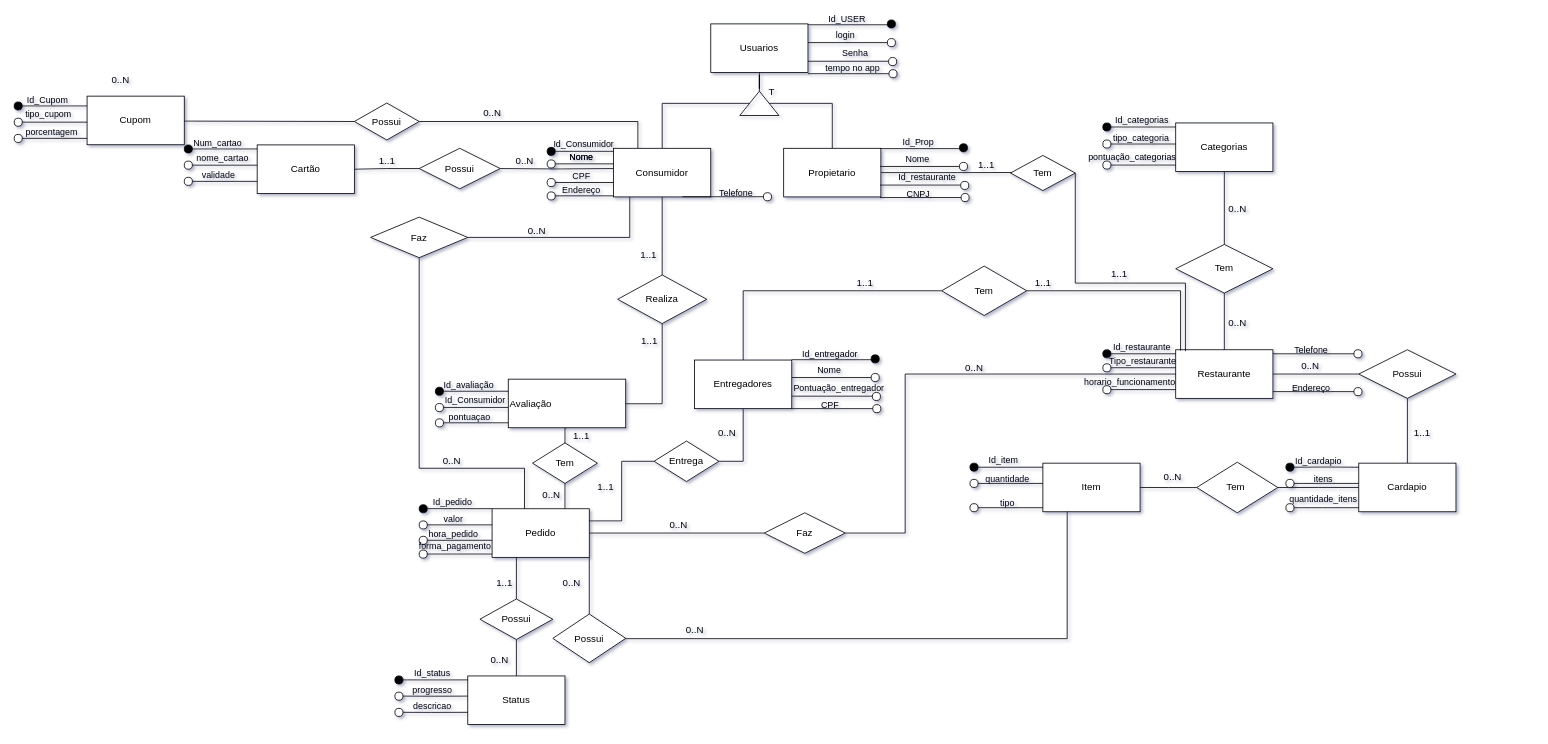
Before: Untitled Diagram.drawio in mariaeduaruda/BD-1-atividade, a draw.io diagram. Source tidied: cells renumbered, new cells numbered last; positions are measured from the earlier drawing's top-left corner, leaving out a move shared by most shapes. Both pictures are drawn from the tidied source at 81%, with x=0, y=0 at pixel (14, 19).
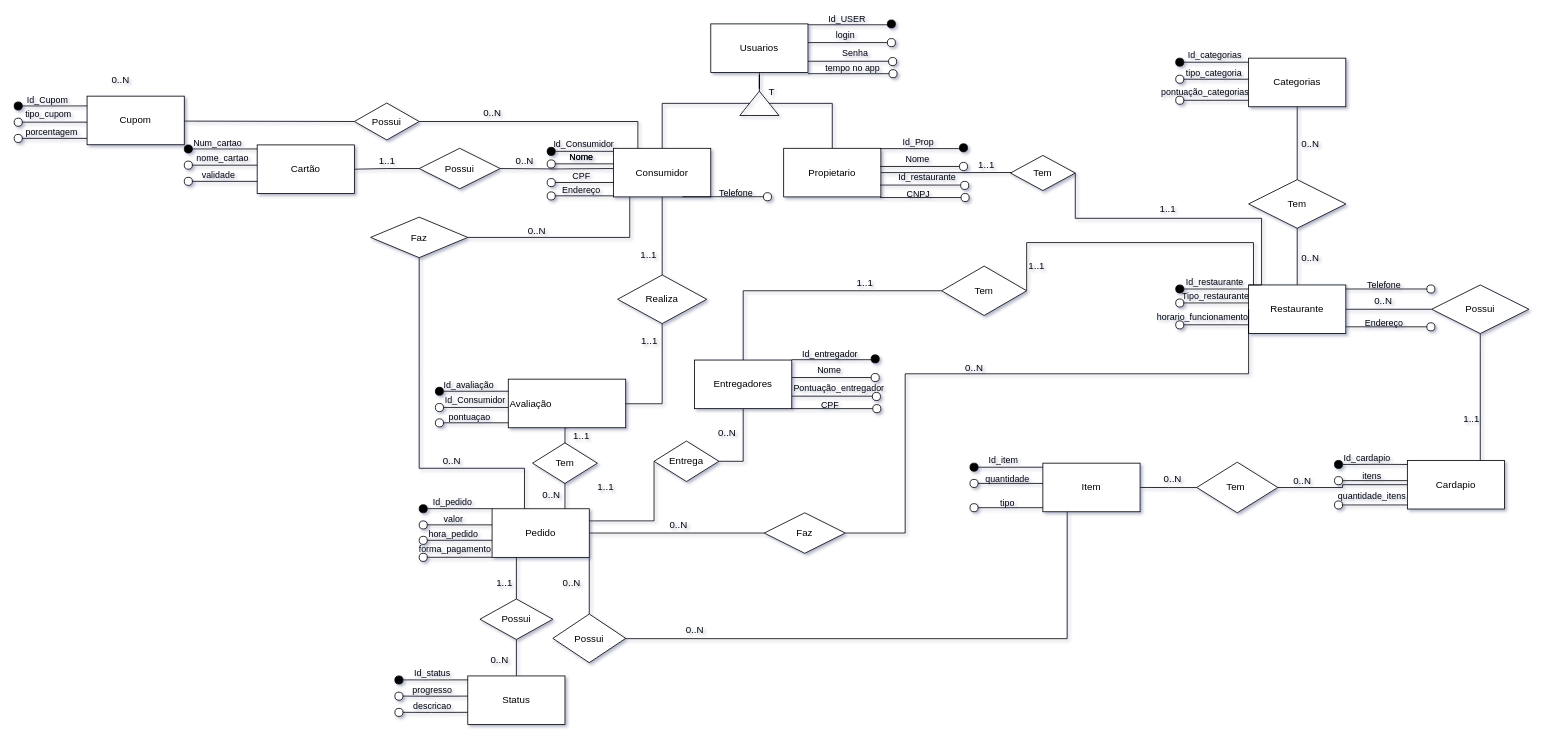
After the change.

Unchanged cells that the change refers to:
```xml
<mxCell id="30" value="Pedido" style="rounded=0;whiteSpace=wrap;html=1;align=center;" parent="1" vertex="1">
  <mxGeometry x="590" y="604.6" width="120" height="60" as="geometry" />
</mxCell>
<mxCell id="81" value="Entrega" style="rhombus;whiteSpace=wrap;html=1;rounded=0;" parent="1" vertex="1">
  <mxGeometry x="790" y="521" width="80" height="50" as="geometry" />
</mxCell>
<mxCell id="166" value="Tem" style="rhombus;whiteSpace=wrap;html=1;" parent="1" vertex="1">
  <mxGeometry x="1145" y="305" width="105" height="61" as="geometry" />
</mxCell>
<mxCell id="194" value="Tem" style="rhombus;whiteSpace=wrap;html=1;" parent="1" vertex="1">
  <mxGeometry x="1230" y="168.4" width="80" height="43.4" as="geometry" />
</mxCell>
```

Change to the diagram source:
```diff
@@
     <mxCell id="5" value="Categorias" style="rounded=0;whiteSpace=wrap;html=1;" parent="1" vertex="1">
-      <mxGeometry x="1434" y="128.3" width="120" height="60" as="geometry" />
+      <mxGeometry x="1524" y="48.3" width="120" height="60" as="geometry" />
     </mxCell>
@@
     <mxCell id="7" value="Tem" style="rhombus;whiteSpace=wrap;html=1;rounded=0;" parent="1" vertex="1">
-      <mxGeometry x="1434" y="278.3" width="120" height="60" as="geometry" />
+      <mxGeometry x="1524" y="198.3" width="120" height="60" as="geometry" />
     </mxCell>
@@
     <mxCell id="9" value="Restaurante" style="whiteSpace=wrap;html=1;rounded=0;" parent="1" vertex="1">
-      <mxGeometry x="1434" y="408.3" width="120" height="60" as="geometry" />
+      <mxGeometry x="1524" y="328.3" width="120" height="60" as="geometry" />
     </mxCell>
     <mxCell id="10" style="edgeStyle=orthogonalEdgeStyle;rounded=0;jettySize=auto;html=1;endArrow=none;endFill=0;" parent="1" edge="1" source="11" target="13">
-      <mxGeometry relative="1" as="geometry" />
+      <mxGeometry relative="1" as="geometry">
+        <Array as="points">
+          <mxPoint x="1810" y="406" />
+          <mxPoint x="1810" y="406" />
+        </Array>
+      </mxGeometry>
     </mxCell>
     <mxCell id="11" value="Possui" style="rhombus;whiteSpace=wrap;html=1;rounded=0;" parent="1" vertex="1">
-      <mxGeometry x="1660" y="408.3" width="120" height="60" as="geometry" />
+      <mxGeometry x="1750" y="328.3" width="120" height="60" as="geometry" />
     </mxCell>
@@
     <mxCell id="13" value="Cardapio" style="whiteSpace=wrap;html=1;rounded=0;" parent="1" vertex="1">
-      <mxGeometry x="1660" y="548.3" width="120" height="60" as="geometry" />
+      <mxGeometry x="1720" y="544.9" width="120" height="60" as="geometry" />
     </mxCell>
@@
     <mxCell id="48" style="ellipse;whiteSpace=wrap;html=1;rounded=0;fillColor=#000000;" parent="1" vertex="1">
-      <mxGeometry x="1344" y="128.3" width="10" height="10" as="geometry" />
+      <mxGeometry x="1434" y="48.3" width="10" height="10" as="geometry" />
     </mxCell>
     <mxCell id="49" style="endArrow=none;html=1;rounded=0;" parent="1" edge="1">
       <mxGeometry relative="1" as="geometry">
-        <mxPoint x="1354" y="133.3" as="sourcePoint" />
-        <mxPoint x="1434" y="133.3" as="targetPoint" />
+        <mxPoint x="1444" y="53.3" as="sourcePoint" />
+        <mxPoint x="1524" y="53.3" as="targetPoint" />
       </mxGeometry>
     </mxCell>
@@
     <mxCell id="54" style="ellipse;whiteSpace=wrap;html=1;rounded=0;fillColor=#000000;" parent="1" vertex="1">
-      <mxGeometry x="1570" y="548.3" width="10" height="10" as="geometry" />
+      <mxGeometry x="1630" y="544.9" width="10" height="10" as="geometry" />
     </mxCell>
     <mxCell id="55" style="endArrow=none;html=1;rounded=0;" parent="1" edge="1">
       <mxGeometry relative="1" as="geometry">
-        <mxPoint x="1580" y="553.3" as="sourcePoint" />
-        <mxPoint x="1660" y="553.3" as="targetPoint" />
+        <mxPoint x="1640" y="549.9" as="sourcePoint" />
+        <mxPoint x="1720" y="549.9" as="targetPoint" />
         <Array as="points">
-          <mxPoint x="1620" y="553.1" />
+          <mxPoint x="1680" y="549.7" />
         </Array>
       </mxGeometry>
     </mxCell>
@@
     <mxCell id="57" style="ellipse;whiteSpace=wrap;html=1;rounded=0;fillColor=#000000;" parent="1" vertex="1">
-      <mxGeometry x="1344" y="408.3" width="10" height="10" as="geometry" />
+      <mxGeometry x="1434" y="328.3" width="10" height="10" as="geometry" />
     </mxCell>
     <mxCell id="58" style="endArrow=none;html=1;rounded=0;" parent="1" edge="1">
       <mxGeometry relative="1" as="geometry">
-        <mxPoint x="1354" y="413.3" as="sourcePoint" />
-        <mxPoint x="1434" y="413.3" as="targetPoint" />
+        <mxPoint x="1444" y="333.3" as="sourcePoint" />
+        <mxPoint x="1524" y="333.3" as="targetPoint" />
       </mxGeometry>
     </mxCell>
@@
     <mxCell id="72" style="ellipse;whiteSpace=wrap;html=1;rounded=0;fillColor=#FFFFFF;" parent="1" vertex="1">
-      <mxGeometry x="1570" y="568.3" width="10" height="10" as="geometry" />
+      <mxGeometry x="1630" y="564.9" width="10" height="10" as="geometry" />
     </mxCell>
     <mxCell id="73" style="endArrow=none;html=1;rounded=0;" parent="1" edge="1">
       <mxGeometry relative="1" as="geometry">
-        <mxPoint x="1580" y="573.3" as="sourcePoint" />
-        <mxPoint x="1660" y="573.3" as="targetPoint" />
+        <mxPoint x="1640" y="569.9" as="sourcePoint" />
+        <mxPoint x="1720" y="569.9" as="targetPoint" />
         <Array as="points">
-          <mxPoint x="1590" y="573.3" />
-          <mxPoint x="1615" y="573.3" />
+          <mxPoint x="1650" y="569.9" />
+          <mxPoint x="1675" y="569.9" />
         </Array>
       </mxGeometry>
     </mxCell>
@@
     <mxCell id="75" style="ellipse;whiteSpace=wrap;html=1;rounded=0;fillColor=#FFFFFF;" parent="1" vertex="1">
-      <mxGeometry x="1570" y="598.3" width="10" height="10" as="geometry" />
+      <mxGeometry x="1630" y="594.9" width="10" height="10" as="geometry" />
     </mxCell>
     <mxCell id="76" style="endArrow=none;html=1;rounded=0;" parent="1" edge="1">
       <mxGeometry relative="1" as="geometry">
-        <mxPoint x="1580" y="603.3" as="sourcePoint" />
-        <mxPoint x="1660" y="603.3" as="targetPoint" />
+        <mxPoint x="1640" y="599.9" as="sourcePoint" />
+        <mxPoint x="1720" y="599.9" as="targetPoint" />
         <Array as="points">
-          <mxPoint x="1590" y="603.3" />
-          <mxPoint x="1600" y="603.3" />
-          <mxPoint x="1615" y="603.3" />
+          <mxPoint x="1650" y="599.9" />
+          <mxPoint x="1660" y="599.9" />
+          <mxPoint x="1675" y="599.9" />
         </Array>
       </mxGeometry>
     </mxCell>
@@
     <mxCell id="80" style="edgeStyle=orthogonalEdgeStyle;rounded=0;jettySize=auto;html=1;exitX=0;exitY=0.5;exitDx=0;exitDy=0;entryX=1;entryY=0.25;entryDx=0;entryDy=0;endArrow=none;endFill=0;" parent="1" edge="1" source="81" target="30">
-      <mxGeometry relative="1" as="geometry" />
+      <mxGeometry relative="1" as="geometry">
+        <Array as="points">
+          <mxPoint x="790" y="620" />
+        </Array>
+      </mxGeometry>
     </mxCell>
@@
     <mxCell id="124" style="ellipse;whiteSpace=wrap;html=1;rounded=0;" parent="1" vertex="1">
-      <mxGeometry x="1344" y="149.3" width="10" height="10" as="geometry" />
+      <mxGeometry x="1434" y="69.3" width="10" height="10" as="geometry" />
     </mxCell>
     <mxCell id="125" style="endArrow=none;html=1;rounded=0;" parent="1" edge="1">
       <mxGeometry relative="1" as="geometry">
-        <mxPoint x="1354" y="154.3" as="sourcePoint" />
-        <mxPoint x="1434" y="154.3" as="targetPoint" />
+        <mxPoint x="1444" y="74.3" as="sourcePoint" />
+        <mxPoint x="1524" y="74.3" as="targetPoint" />
       </mxGeometry>
     </mxCell>
@@
     <mxCell id="127" style="ellipse;whiteSpace=wrap;html=1;rounded=0;" parent="1" vertex="1">
-      <mxGeometry x="1344" y="175.3" width="10" height="10" as="geometry" />
+      <mxGeometry x="1434" y="95.3" width="10" height="10" as="geometry" />
     </mxCell>
     <mxCell id="128" style="endArrow=none;html=1;rounded=0;" parent="1" edge="1">
       <mxGeometry relative="1" as="geometry">
-        <mxPoint x="1354" y="180.3" as="sourcePoint" />
-        <mxPoint x="1434" y="180.3" as="targetPoint" />
+        <mxPoint x="1444" y="100.3" as="sourcePoint" />
+        <mxPoint x="1524" y="100.3" as="targetPoint" />
       </mxGeometry>
     </mxCell>
@@
     <mxCell id="130" style="ellipse;whiteSpace=wrap;html=1;rounded=0;" parent="1" vertex="1">
-      <mxGeometry x="1344" y="425.6" width="10" height="10" as="geometry" />
+      <mxGeometry x="1434" y="345.6" width="10" height="10" as="geometry" />
     </mxCell>
     <mxCell id="131" style="endArrow=none;html=1;rounded=0;" parent="1" edge="1">
       <mxGeometry relative="1" as="geometry">
-        <mxPoint x="1354" y="430.5" as="sourcePoint" />
-        <mxPoint x="1434" y="430.5" as="targetPoint" />
+        <mxPoint x="1444" y="350.5" as="sourcePoint" />
+        <mxPoint x="1524" y="350.5" as="targetPoint" />
       </mxGeometry>
     </mxCell>
@@
     <mxCell id="133" style="ellipse;whiteSpace=wrap;html=1;rounded=0;" parent="1" vertex="1">
-      <mxGeometry x="1344" y="452.6" width="10" height="10" as="geometry" />
+      <mxGeometry x="1434" y="372.6" width="10" height="10" as="geometry" />
     </mxCell>
     <mxCell id="134" style="endArrow=none;html=1;rounded=0;" parent="1" edge="1">
       <mxGeometry relative="1" as="geometry">
-        <mxPoint x="1354" y="457.5" as="sourcePoint" />
-        <mxPoint x="1434" y="457.5" as="targetPoint" />
+        <mxPoint x="1444" y="377.5" as="sourcePoint" />
+        <mxPoint x="1524" y="377.5" as="targetPoint" />
       </mxGeometry>
     </mxCell>
@@
     <mxCell id="151" style="ellipse;whiteSpace=wrap;html=1;rounded=0;" parent="1" vertex="1">
-      <mxGeometry x="1654" y="408.3" width="10" height="10" as="geometry" />
+      <mxGeometry x="1744" y="328.3" width="10" height="10" as="geometry" />
     </mxCell>
     <mxCell id="152" value="Telefone" style="edgeLabel;html=1;align=center;verticalAlign=middle;labelBackgroundColor=none;" parent="1" vertex="1">
-      <mxGeometry x="1600" y="408.3" as="geometry" />
+      <mxGeometry x="1690" y="328.3" as="geometry" />
     </mxCell>
     <mxCell id="153" style="endArrow=none;html=1;rounded=0;" parent="1" edge="1">
       <mxGeometry relative="1" as="geometry">
-        <mxPoint x="1554" y="413.3" as="sourcePoint" />
-        <mxPoint x="1654" y="413.3" as="targetPoint" />
+        <mxPoint x="1644" y="333.3" as="sourcePoint" />
+        <mxPoint x="1744" y="333.3" as="targetPoint" />
       </mxGeometry>
     </mxCell>
@@
-    <mxCell id="165" style="edgeStyle=orthogonalEdgeStyle;rounded=0;jettySize=auto;html=1;exitX=1;exitY=0.5;exitDx=0;exitDy=0;endArrow=none;endFill=0;entryX=0.05;entryY=0.017;entryDx=0;entryDy=0;entryPerimeter=0;" parent="1" edge="1" source="166" target="9">
+    <mxCell id="165" style="edgeStyle=orthogonalEdgeStyle;rounded=0;jettySize=auto;html=1;exitX=1;exitY=0.5;exitDx=0;exitDy=0;endArrow=none;endFill=0;" parent="1" edge="1" source="166" target="9">
       <mxGeometry relative="1" as="geometry">
         <Array as="points">
-          <mxPoint x="1440" y="336" />
+          <mxPoint x="1250" y="276" />
+          <mxPoint x="1530" y="276" />
         </Array>
       </mxGeometry>
     </mxCell>
@@
-    <mxCell id="193" style="edgeStyle=orthogonalEdgeStyle;rounded=0;jettySize=auto;html=1;exitX=1;exitY=0.5;exitDx=0;exitDy=0;entryX=0.1;entryY=0.028;entryDx=0;entryDy=0;entryPerimeter=0;endArrow=none;endFill=0;" parent="1" edge="1" source="194" target="9">
+    <mxCell id="193" style="edgeStyle=orthogonalEdgeStyle;rounded=0;jettySize=auto;html=1;exitX=1;exitY=0.5;exitDx=0;exitDy=0;entryX=0;entryY=0;entryDx=0;entryDy=0;endArrow=none;endFill=0;" parent="1" edge="1" source="194" target="9">
       <mxGeometry relative="1" as="geometry">
         <Array as="points">
-          <mxPoint x="1310" y="326" />
-          <mxPoint x="1446" y="326" />
+          <mxPoint x="1310" y="246" />
+          <mxPoint x="1540" y="246" />
+          <mxPoint x="1540" y="328" />
         </Array>
       </mxGeometry>
     </mxCell>
@@
     <mxCell id="199" value="1..1" style="text;html=1;align=center;verticalAlign=middle;strokeColor=none;fillColor=none;" parent="1" vertex="1">
-      <mxGeometry x="1344" y="304.6" width="40" height="20" as="geometry" />
+      <mxGeometry x="1404" y="224.6" width="40" height="20" as="geometry" />
     </mxCell>
@@
     <mxCell id="207" value="1..1" style="text;html=1;align=center;verticalAlign=middle;strokeColor=none;fillColor=none;" parent="1" vertex="1">
-      <mxGeometry x="1250" y="316" width="40" height="20" as="geometry" />
+      <mxGeometry x="1242" y="294.6" width="40" height="20" as="geometry" />
     </mxCell>
@@
     <mxCell id="215" value="0..N" style="text;html=1;align=center;verticalAlign=middle;strokeColor=none;fillColor=none;" parent="1" vertex="1">
-      <mxGeometry x="1490" y="225.4" width="40" height="20" as="geometry" />
+      <mxGeometry x="1580" y="145.4" width="40" height="20" as="geometry" />
     </mxCell>
     <mxCell id="216" value="0..N" style="text;html=1;align=center;verticalAlign=middle;strokeColor=none;fillColor=none;" parent="1" vertex="1">
-      <mxGeometry x="1490" y="364.6" width="40" height="20" as="geometry" />
+      <mxGeometry x="1580" y="284.6" width="40" height="20" as="geometry" />
     </mxCell>
     <mxCell id="217" value="0..N" style="text;html=1;align=center;verticalAlign=middle;strokeColor=none;fillColor=none;" parent="1" vertex="1">
-      <mxGeometry x="1410" y="556" width="40" height="20" as="geometry" />
+      <mxGeometry x="1410" y="558" width="40" height="20" as="geometry" />
     </mxCell>
@@
     <mxCell id="220" value="0..N" style="text;html=1;align=center;verticalAlign=middle;strokeColor=none;fillColor=none;" parent="1" vertex="1">
-      <mxGeometry x="1580" y="418.3" width="40" height="20" as="geometry" />
+      <mxGeometry x="1670" y="338.3" width="40" height="20" as="geometry" />
     </mxCell>
     <mxCell id="221" value="1..1" style="text;html=1;align=center;verticalAlign=middle;strokeColor=none;fillColor=none;" parent="1" vertex="1">
-      <mxGeometry x="1718" y="501" width="40" height="20" as="geometry" />
+      <mxGeometry x="1779" y="483.6" width="40" height="20" as="geometry" />
     </mxCell>
@@
     <mxCell id="224" style="ellipse;whiteSpace=wrap;html=1;rounded=0;" parent="1" vertex="1">
-      <mxGeometry x="1654" y="455" width="10" height="10" as="geometry" />
+      <mxGeometry x="1744" y="375" width="10" height="10" as="geometry" />
     </mxCell>
     <mxCell id="225" value="Endereço&lt;br&gt;" style="edgeLabel;html=1;align=center;verticalAlign=middle;labelBackgroundColor=none;" parent="1" vertex="1">
-      <mxGeometry x="1600" y="455" as="geometry" />
+      <mxGeometry x="1690" y="375" as="geometry" />
     </mxCell>
     <mxCell id="226" style="endArrow=none;html=1;rounded=0;" parent="1" edge="1">
       <mxGeometry relative="1" as="geometry">
-        <mxPoint x="1554" y="460" as="sourcePoint" />
-        <mxPoint x="1654" y="460" as="targetPoint" />
+        <mxPoint x="1644" y="380" as="sourcePoint" />
+        <mxPoint x="1744" y="380" as="targetPoint" />
       </mxGeometry>
     </mxCell>
@@
     <mxCell id="228" style="ellipse;whiteSpace=wrap;html=1;rounded=0;" parent="1" vertex="1">
-      <mxGeometry x="500" y="655.6" width="10" height="10" as="geometry" />
+      <mxGeometry x="500" y="659.6" width="10" height="10" as="geometry" />
     </mxCell>
     <mxCell id="229" style="endArrow=none;html=1;rounded=0;" parent="1" edge="1">
       <mxGeometry relative="1" as="geometry">
-        <mxPoint x="510" y="660.5" as="sourcePoint" />
-        <mxPoint x="590" y="660.5" as="targetPoint" />
+        <mxPoint x="510" y="664.5" as="sourcePoint" />
+        <mxPoint x="590" y="664.5" as="targetPoint" />
       </mxGeometry>
     </mxCell>
@@
+    <mxCell id="231" value="0..N" style="text;html=1;align=center;verticalAlign=middle;strokeColor=none;fillColor=none;" parent="1" vertex="1">
+      <mxGeometry x="1570" y="560.3" width="40" height="20" as="geometry" />
+    </mxCell>
```
